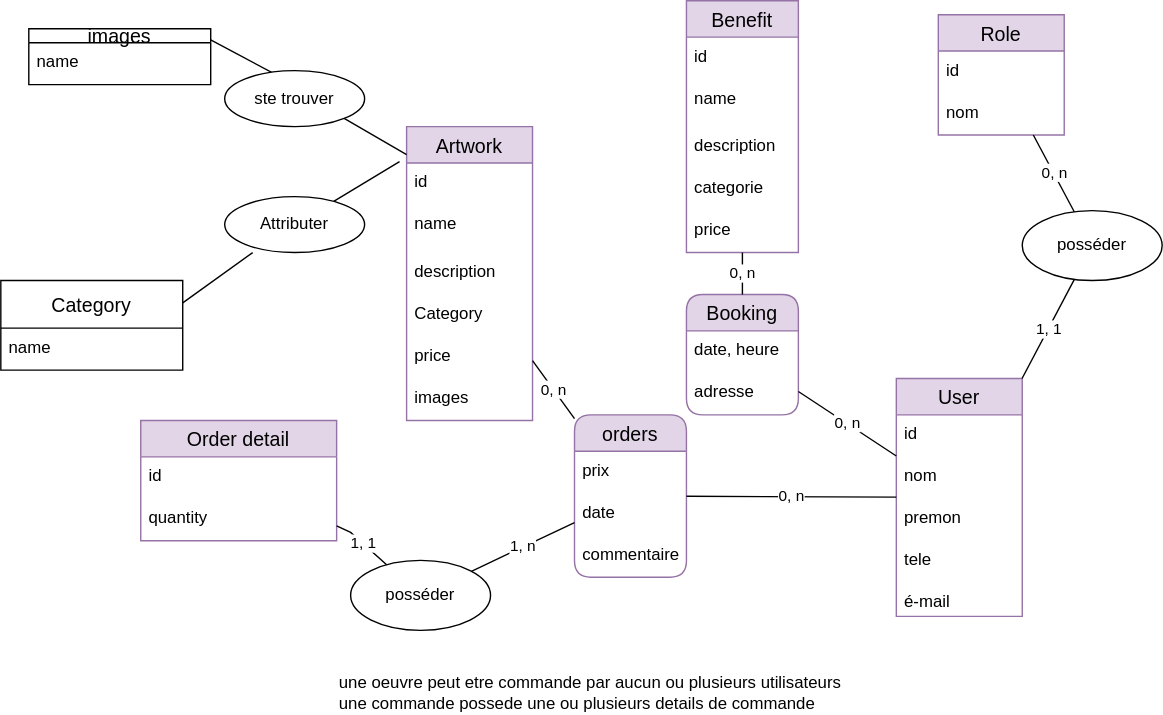
This is code/server/merise/projet madameqalame/MCD.calligraphie.drawio.svg from Mabrouka659/madameqalam, a draw.io export, as it was before one commit. Source tidied: cells renumbered, new cells last; positions are measured from the earlier drawing's top-left corner, leaving out a move shared by most shapes.
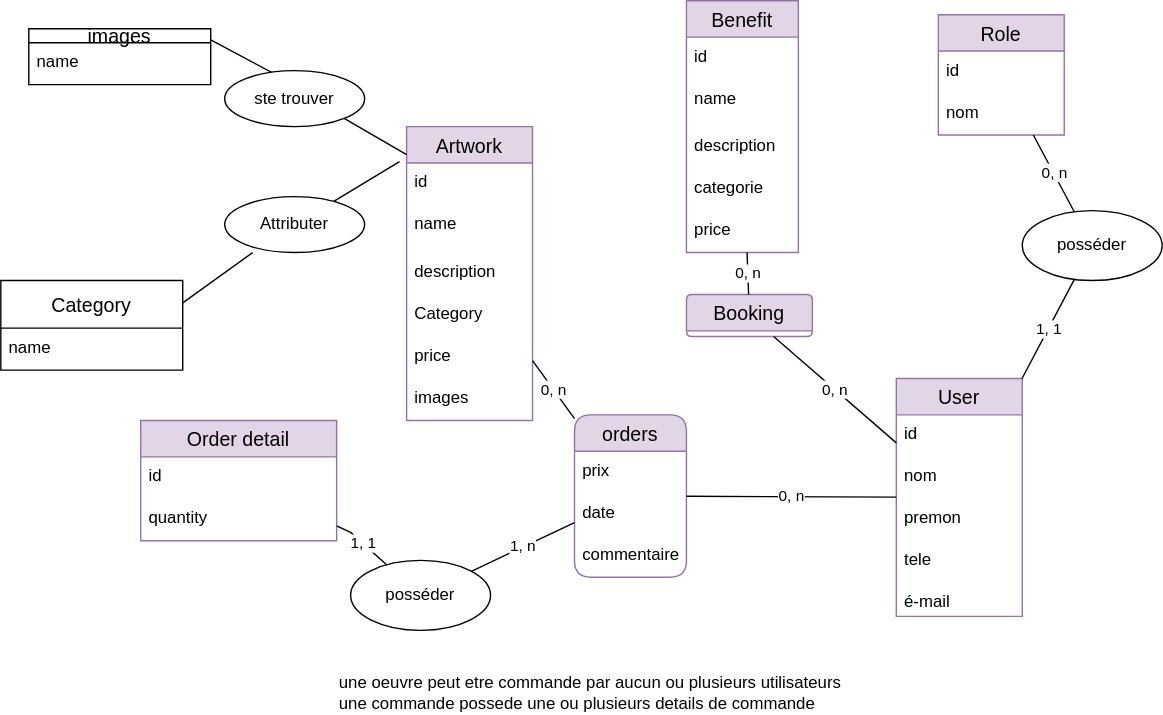
The same diagram one commit later.

What changed in the source:
```diff
@@ -77,15 +77,9 @@
     <mxCell id="26" value="0, n" style="endArrow=none;html=1;rounded=0;" parent="1" edge="1" source="24" target="21">
       <mxGeometry relative="1" as="geometry" />
     </mxCell>
-    <mxCell id="27" value="Booking" style="swimlane;fontStyle=0;horizontal=1;startSize=26;align=center;fontSize=14;fillColor=#e1d5e7;strokeColor=#9673a6;rounded=1;" parent="1" vertex="1">
-      <mxGeometry x="490" y="210" width="80" height="86" as="geometry" />
+    <mxCell id="27" value="Booking" style="swimlane;fontStyle=0;horizontal=1;startSize=26;align=center;fontSize=14;fillColor=#e1d5e7;strokeColor=#9673a6;rounded=1;" parent="1" vertex="1" collapsed="1">
+      <mxGeometry x="490" y="210" width="90" height="30" as="geometry" />
     </mxCell>
-    <mxCell id="28" value="date, heure" style="text;strokeColor=none;fillColor=none;spacingLeft=4;spacingRight=4;overflow=hidden;fontSize=12;" parent="27" vertex="1">
-      <mxGeometry y="26" width="80" height="30" as="geometry" />
-    </mxCell>
-    <mxCell id="29" value="adresse" style="text;strokeColor=none;fillColor=none;spacingLeft=4;spacingRight=4;overflow=hidden;fontSize=12;" parent="27" vertex="1">
-      <mxGeometry y="56" width="80" height="30" as="geometry" />
-    </mxCell>
     <mxCell id="30" value="0, n" style="endArrow=none;html=1;rounded=0;" parent="1" edge="1" source="27" target="8">
       <mxGeometry relative="1" as="geometry" />
     </mxCell>
```
